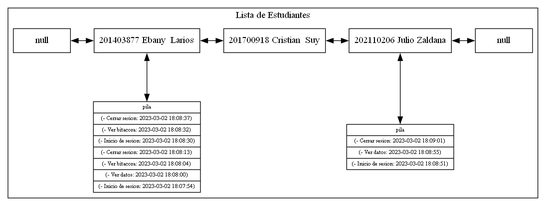
The Graphviz diagram ProyectoF1/listadoble.png in Jpanaza1906/EDD_1S2023_PY_202111478, before a commit. Its source is kept beside it as ProyectoF1/listadoble.dot. The source it was exported from:
```dot
digraph listadoble{
node[shape = box fillcolor = "white" style = filled];
subgraph cluster_l{
label = "Lista de Estudiantes"
edge[dir = "both" minlen = 2]
nodon1[width=1.2 label = "null" fillcolor=white]
nodon2[width=1.2 label = "null" fillcolor=white]
nodo0[width=1.2 label="201403877 Ebany  Larios" fillcolor = "white" group = 0]
nodo1[width=1.2 label="201700918 Cristian  Suy" fillcolor = "white" group = 1]
nodo2[width=1.2 label="202110206 Julio Zaldana" fillcolor = "white" group = 2]
nodon1 -> nodo0
nodo0 -> nodo1
nodo1 -> nodo2
nodo2 -> nodon2
{rank = same;nodon1;nodon2;nodo0;nodo1;nodo2}
pila0[fontsize = 8 shape = record fillcolor=white label = "{pila|(- Cerrar sesion: 2023-03-02 18:08:37)|(- Ver bitacora: 2023-03-02 18:08:32)|(- Inicio de sesion: 2023-03-02 18:08:30)|(- Cerrar sesion: 2023-03-02 18:08:13)|(- Ver bitacora: 2023-03-02 18:08:04)|(- Ver datos: 2023-03-02 18:08:00)|(- Inicio de sesion: 2023-03-02 18:07:54)}"]
nodo0 -> pila0
pila2[fontsize = 8 shape = record fillcolor=white label = "{pila|(- Cerrar sesion: 2023-03-02 18:09:01)|(- Ver datos: 2023-03-02 18:08:55)|(- Inicio de sesion: 2023-03-02 18:08:51)}"]
nodo2 -> pila2
}
}datos: 2023-02-24 23:05:49)|(- Inicio de sesion: 2023-02-24 23:05:48)}"]
nodo5 -> pila5
pila6[fontsize = 8 shape = record fillcolor=white label = "{pila|(- Cerrar sesion: 2023-02-24 23:05:14)|(- Ver bitacora: 2023-02-24 23:05:14)|(- Inicio de sesion: 2023-02-24 23:05:13)}"]
nodo6 -> pila6
}
}
```
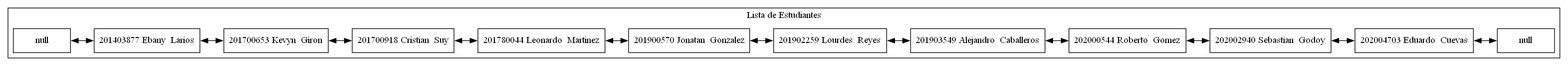
Later version of the same file.

The edit, as a diff of the source:
```diff
@@ -6,21 +6,29 @@
 nodon1[width=1.2 label = "null" fillcolor=white]
 nodon2[width=1.2 label = "null" fillcolor=white]
 nodo0[width=1.2 label="201403877 Ebany  Larios" fillcolor = "white" group = 0]
-nodo1[width=1.2 label="201700918 Cristian  Suy" fillcolor = "white" group = 1]
-nodo2[width=1.2 label="202110206 Julio Zaldana" fillcolor = "white" group = 2]
+nodo1[width=1.2 label="201700653 Kevyn  Giron" fillcolor = "white" group = 1]
+nodo2[width=1.2 label="201700918 Cristian  Suy" fillcolor = "white" group = 2]
+nodo3[width=1.2 label="201780044 Leonardo  Martinez" fillcolor = "white" group = 3]
+nodo4[width=1.2 label="201900570 Jonatan  Gonzalez" fillcolor = "white" group = 4]
+nodo5[width=1.2 label="201902259 Lourdes  Reyes" fillcolor = "white" group = 5]
+nodo6[width=1.2 label="201903549 Alejandro  Caballeros" fillcolor = "white" group = 6]
+nodo7[width=1.2 label="202000544 Roberto  Gomez" fillcolor = "white" group = 7]
+nodo8[width=1.2 label="202002940 Sebastian  Godoy" fillcolor = "white" group = 8]
+nodo9[width=1.2 label="202004703 Eduardo  Cuevas" fillcolor = "white" group = 9]
 nodon1 -> nodo0
 nodo0 -> nodo1
 nodo1 -> nodo2
-nodo2 -> nodon2
-{rank = same;nodon1;nodon2;nodo0;nodo1;nodo2}
-pila0[fontsize = 8 shape = record fillcolor=white label = "{pila|(- Cerrar sesion: 2023-03-02 18:08:37)|(- Ver bitacora: 2023-03-02 18:08:32)|(- Inicio de sesion: 2023-03-02 18:08:30)|(- Cerrar sesion: 2023-03-02 18:08:13)|(- Ver bitacora: 2023-03-02 18:08:04)|(- Ver datos: 2023-03-02 18:08:00)|(- Inicio de sesion: 2023-03-02 18:07:54)}"]
-nodo0 -> pila0
-pila2[fontsize = 8 shape = record fillcolor=white label = "{pila|(- Cerrar sesion: 2023-03-02 18:09:01)|(- Ver datos: 2023-03-02 18:08:55)|(- Inicio de sesion: 2023-03-02 18:08:51)}"]
-nodo2 -> pila2
+nodo2 -> nodo3
+nodo3 -> nodo4
+nodo4 -> nodo5
+nodo5 -> nodo6
+nodo6 -> nodo7
+nodo7 -> nodo8
+nodo8 -> nodo9
+nodo9 -> nodon2
+{rank = same;nodon1;nodon2;nodo0;nodo1;nodo2;nodo3;nodo4;nodo5;nodo6;nodo7;nodo8;nodo9}
 }
-}datos: 2023-02-24 23:05:49)|(- Inicio de sesion: 2023-02-24 23:05:48)}"]
-nodo5 -> pila5
-pila6[fontsize = 8 shape = record fillcolor=white label = "{pila|(- Cerrar sesion: 2023-02-24 23:05:14)|(- Ver bitacora: 2023-02-24 23:05:14)|(- Inicio de sesion: 2023-02-24 23:05:13)}"]
+}n: 2023-02-24 23:05:14)|(- Ver bitacora: 2023-02-24 23:05:14)|(- Inicio de sesion: 2023-02-24 23:05:13)}"]
 nodo6 -> pila6
 }
 }
```
